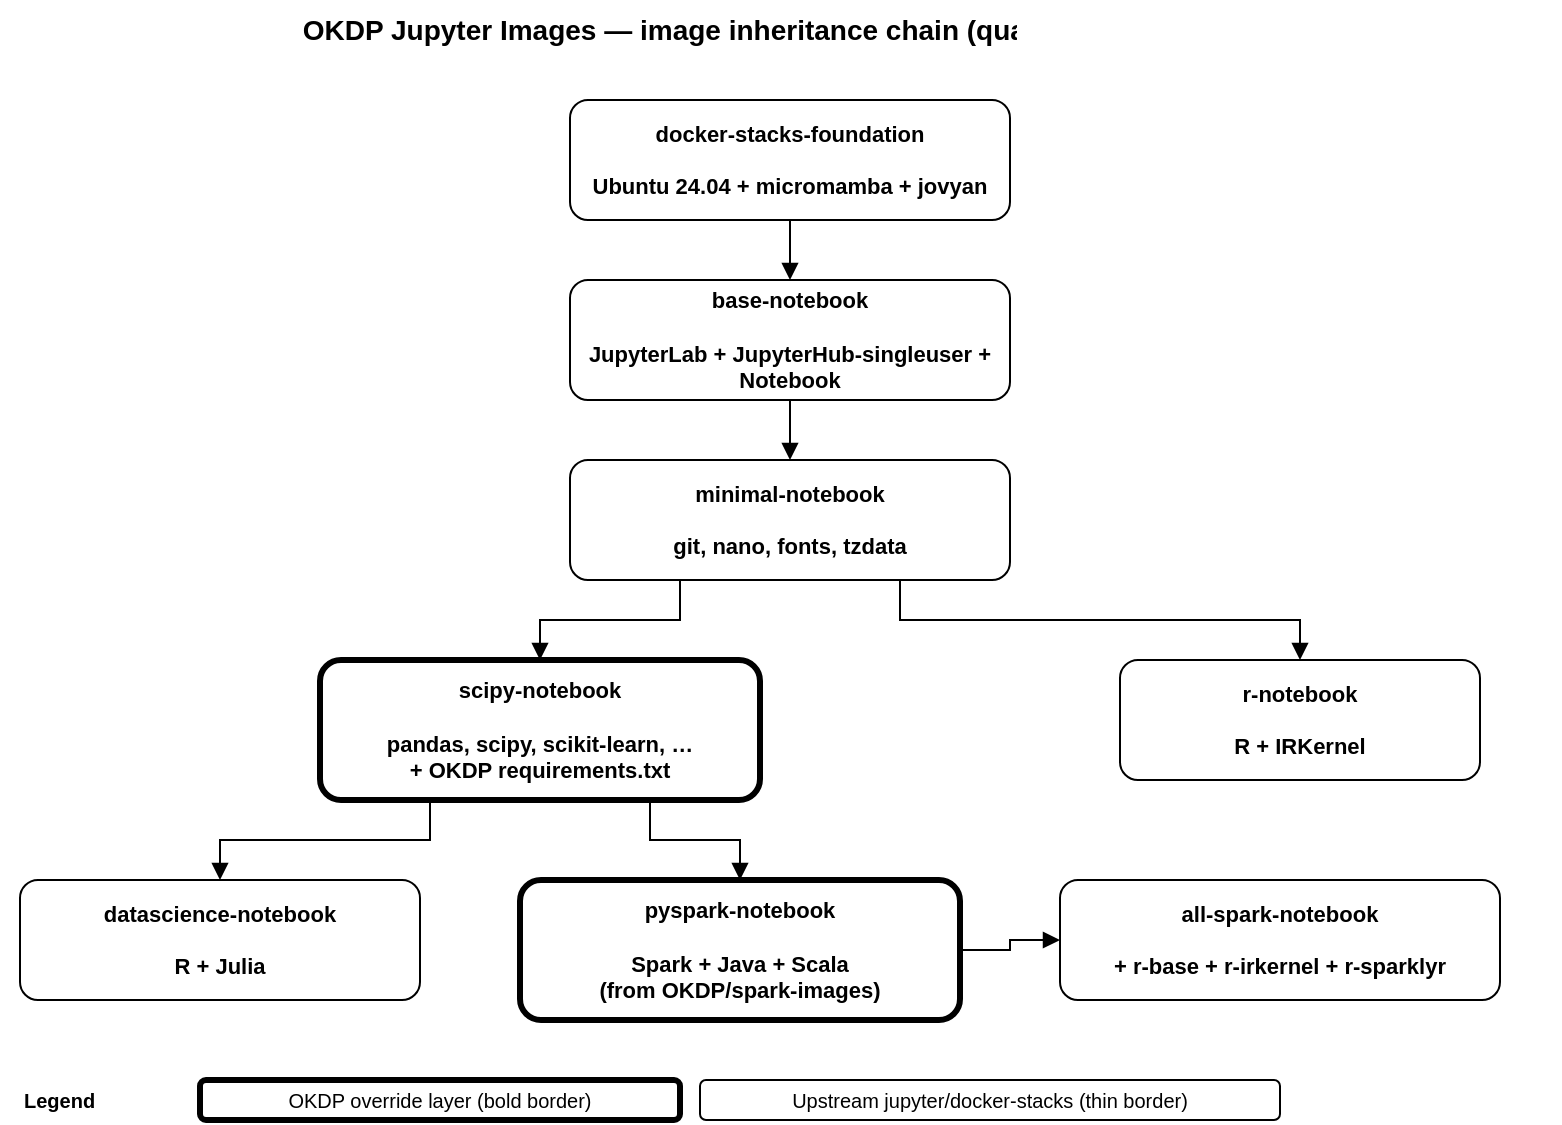
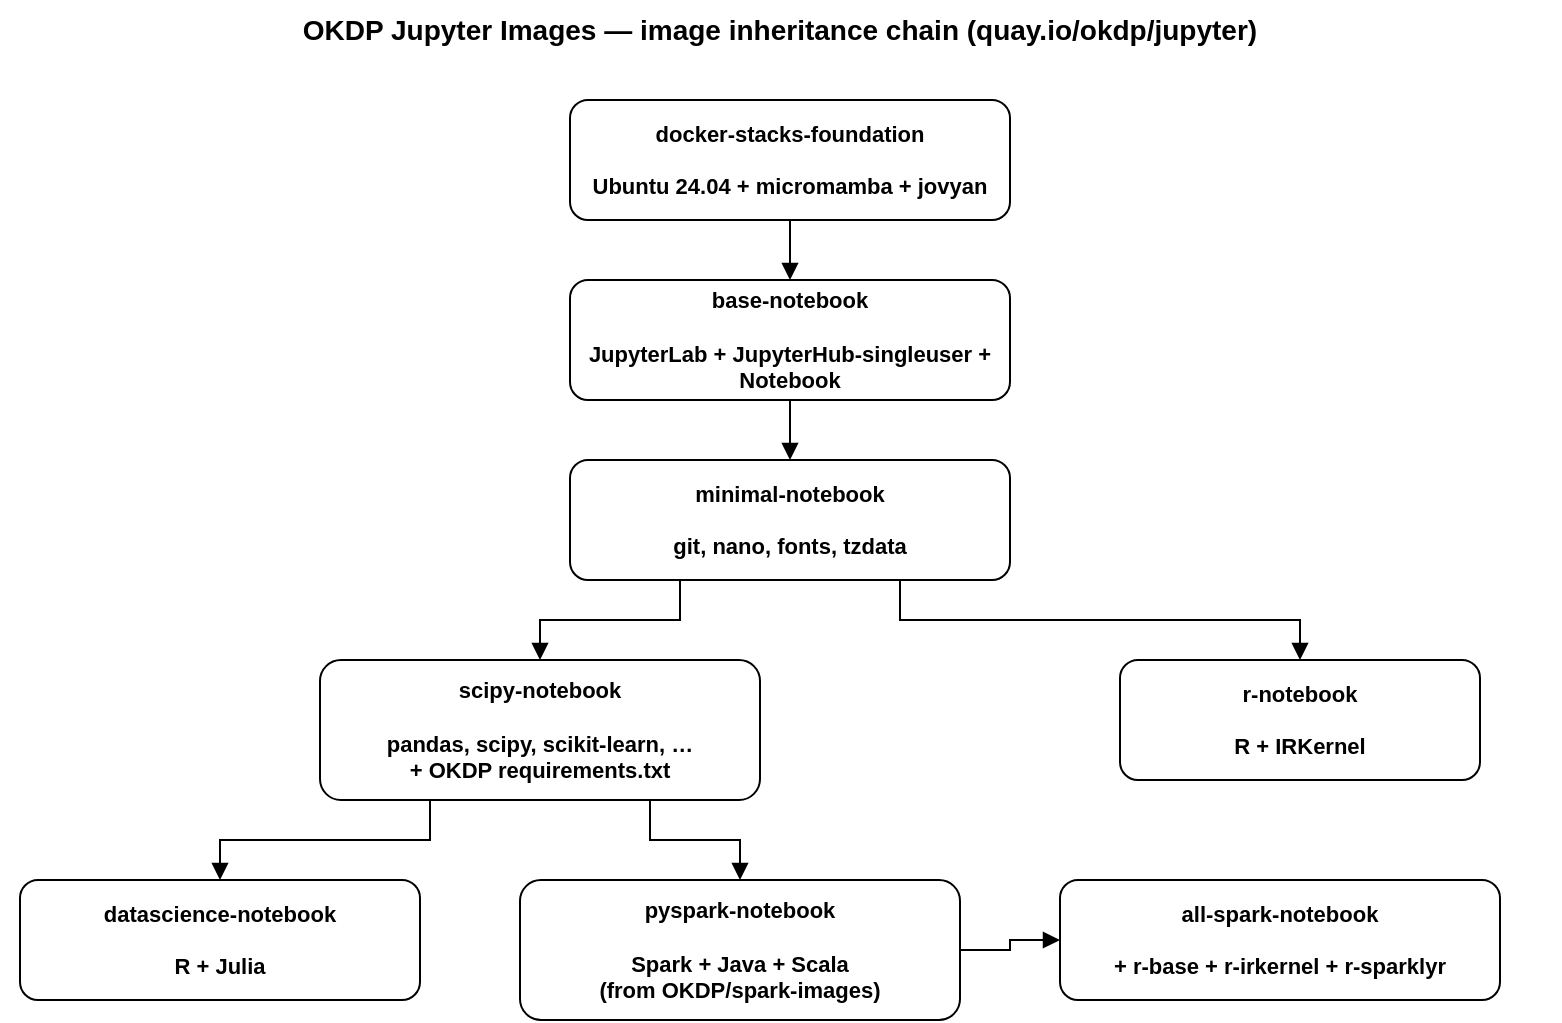
<mxfile host="app.diagrams.net" type="device">
  <diagram id="okdp-jupyterlab-docker-arch" name="OKDP Jupyter Images — inheritance chain">
    <mxGraphModel dx="1400" dy="900" grid="1" gridSize="10" guides="1" tooltips="1" connect="1" arrows="1" fold="1" page="1" pageScale="1" pageWidth="850" pageHeight="600" math="0" shadow="0">
      <root>
        <mxCell id="0" />
        <mxCell id="1" parent="0" />

        <!-- Title -->
        <mxCell id="title" value="OKDP Jupyter Images — image inheritance chain (quay.io/okdp/jupyter)" style="text;html=1;strokeColor=none;fillColor=none;align=center;verticalAlign=middle;whiteSpace=wrap;rounded=0;fontSize=14;fontStyle=1;fontColor=#000000;" vertex="1" parent="1">
          <mxGeometry x="40" y="20" width="780" height="30" as="geometry" />
        </mxCell>

        <!-- Foundation (upstream) -->
        <mxCell id="foundation" value="docker-stacks-foundation&#10;&#10;Ubuntu 24.04 + micromamba + jovyan" style="rounded=1;whiteSpace=wrap;html=1;fillColor=#ffffff;strokeColor=#000000;strokeWidth=1;fontSize=11;fontStyle=1;align=center;fontColor=#000000;" vertex="1" parent="1">
          <mxGeometry x="325" y="70" width="220" height="60" as="geometry" />
        </mxCell>

        <!-- Base (upstream) -->
        <mxCell id="base" value="base-notebook&#10;&#10;JupyterLab + JupyterHub-singleuser + Notebook" style="rounded=1;whiteSpace=wrap;html=1;fillColor=#ffffff;strokeColor=#000000;strokeWidth=1;fontSize=11;fontStyle=1;align=center;fontColor=#000000;" vertex="1" parent="1">
          <mxGeometry x="325" y="160" width="220" height="60" as="geometry" />
        </mxCell>

        <!-- Minimal (upstream) -->
        <mxCell id="minimal" value="minimal-notebook&#10;&#10;git, nano, fonts, tzdata" style="rounded=1;whiteSpace=wrap;html=1;fillColor=#ffffff;strokeColor=#000000;strokeWidth=1;fontSize=11;fontStyle=1;align=center;fontColor=#000000;" vertex="1" parent="1">
          <mxGeometry x="325" y="250" width="220" height="60" as="geometry" />
        </mxCell>

-         <!-- Scipy (OKDP override — bold border) -->
-         <mxCell id="scipy" value="scipy-notebook&#10;&#10;pandas, scipy, scikit-learn, …&#10;+ OKDP requirements.txt" style="rounded=1;whiteSpace=wrap;html=1;fillColor=#ffffff;strokeColor=#000000;strokeWidth=3;fontSize=11;fontStyle=1;align=center;fontColor=#000000;" vertex="1" parent="1">
+         <!-- Scipy -->
+         <mxCell id="scipy" value="scipy-notebook&#10;&#10;pandas, scipy, scikit-learn, …&#10;+ OKDP requirements.txt" style="rounded=1;whiteSpace=wrap;html=1;fillColor=#ffffff;strokeColor=#000000;strokeWidth=1;fontSize=11;fontStyle=1;align=center;fontColor=#000000;" vertex="1" parent="1">
          <mxGeometry x="200" y="350" width="220" height="70" as="geometry" />
        </mxCell>

        <!-- R (upstream) -->
        <mxCell id="r" value="r-notebook&#10;&#10;R + IRKernel" style="rounded=1;whiteSpace=wrap;html=1;fillColor=#ffffff;strokeColor=#000000;strokeWidth=1;fontSize=11;fontStyle=1;align=center;fontColor=#000000;" vertex="1" parent="1">
          <mxGeometry x="600" y="350" width="180" height="60" as="geometry" />
        </mxCell>

        <!-- Datascience (upstream) -->
        <mxCell id="datascience" value="datascience-notebook&#10;&#10;R + Julia" style="rounded=1;whiteSpace=wrap;html=1;fillColor=#ffffff;strokeColor=#000000;strokeWidth=1;fontSize=11;fontStyle=1;align=center;fontColor=#000000;" vertex="1" parent="1">
          <mxGeometry x="50" y="460" width="200" height="60" as="geometry" />
        </mxCell>

-         <!-- Pyspark (OKDP override — bold border) -->
-         <mxCell id="pyspark" value="pyspark-notebook&#10;&#10;Spark + Java + Scala&#10;(from OKDP/spark-images)" style="rounded=1;whiteSpace=wrap;html=1;fillColor=#ffffff;strokeColor=#000000;strokeWidth=3;fontSize=11;fontStyle=1;align=center;fontColor=#000000;" vertex="1" parent="1">
+         <!-- Pyspark -->
+         <mxCell id="pyspark" value="pyspark-notebook&#10;&#10;Spark + Java + Scala&#10;(from OKDP/spark-images)" style="rounded=1;whiteSpace=wrap;html=1;fillColor=#ffffff;strokeColor=#000000;strokeWidth=1;fontSize=11;fontStyle=1;align=center;fontColor=#000000;" vertex="1" parent="1">
          <mxGeometry x="300" y="460" width="220" height="70" as="geometry" />
        </mxCell>

        <!-- All-spark (upstream) -->
        <mxCell id="allspark" value="all-spark-notebook&#10;&#10;+ r-base + r-irkernel + r-sparklyr" style="rounded=1;whiteSpace=wrap;html=1;fillColor=#ffffff;strokeColor=#000000;strokeWidth=1;fontSize=11;fontStyle=1;align=center;fontColor=#000000;" vertex="1" parent="1">
          <mxGeometry x="570" y="460" width="220" height="60" as="geometry" />
        </mxCell>

        <!-- Edges (all black) -->
        <mxCell id="e1" style="edgeStyle=orthogonalEdgeStyle;rounded=0;orthogonalLoop=1;jettySize=auto;html=1;strokeColor=#000000;endArrow=block;" edge="1" parent="1" source="foundation" target="base">
          <mxGeometry relative="1" as="geometry" />
        </mxCell>
        <mxCell id="e2" style="edgeStyle=orthogonalEdgeStyle;rounded=0;orthogonalLoop=1;jettySize=auto;html=1;strokeColor=#000000;endArrow=block;" edge="1" parent="1" source="base" target="minimal">
          <mxGeometry relative="1" as="geometry" />
        </mxCell>
        <mxCell id="e3" style="edgeStyle=orthogonalEdgeStyle;rounded=0;orthogonalLoop=1;jettySize=auto;html=1;strokeColor=#000000;endArrow=block;exitX=0.25;exitY=1;exitDx=0;exitDy=0;entryX=0.5;entryY=0;entryDx=0;entryDy=0;" edge="1" parent="1" source="minimal" target="scipy">
          <mxGeometry relative="1" as="geometry" />
        </mxCell>
        <mxCell id="e4" style="edgeStyle=orthogonalEdgeStyle;rounded=0;orthogonalLoop=1;jettySize=auto;html=1;strokeColor=#000000;endArrow=block;exitX=0.75;exitY=1;exitDx=0;exitDy=0;entryX=0.5;entryY=0;entryDx=0;entryDy=0;" edge="1" parent="1" source="minimal" target="r">
          <mxGeometry relative="1" as="geometry" />
        </mxCell>
        <mxCell id="e5" style="edgeStyle=orthogonalEdgeStyle;rounded=0;orthogonalLoop=1;jettySize=auto;html=1;strokeColor=#000000;endArrow=block;exitX=0.25;exitY=1;exitDx=0;exitDy=0;entryX=0.5;entryY=0;entryDx=0;entryDy=0;" edge="1" parent="1" source="scipy" target="datascience">
          <mxGeometry relative="1" as="geometry" />
        </mxCell>
        <mxCell id="e6" style="edgeStyle=orthogonalEdgeStyle;rounded=0;orthogonalLoop=1;jettySize=auto;html=1;strokeColor=#000000;endArrow=block;exitX=0.75;exitY=1;exitDx=0;exitDy=0;entryX=0.5;entryY=0;entryDx=0;entryDy=0;" edge="1" parent="1" source="scipy" target="pyspark">
          <mxGeometry relative="1" as="geometry" />
        </mxCell>
        <mxCell id="e7" style="edgeStyle=orthogonalEdgeStyle;rounded=0;orthogonalLoop=1;jettySize=auto;html=1;strokeColor=#000000;endArrow=block;" edge="1" parent="1" source="pyspark" target="allspark">
          <mxGeometry relative="1" as="geometry" />
        </mxCell>

-         <!-- Legend -->
-         <mxCell id="legend-title" value="Legend" style="text;html=1;strokeColor=none;fillColor=none;align=left;verticalAlign=middle;whiteSpace=wrap;rounded=0;fontSize=10;fontStyle=1;fontColor=#000000;" vertex="1" parent="1">
-           <mxGeometry x="50" y="560" width="80" height="20" as="geometry" />
-         </mxCell>
-         <mxCell id="legend-okdp" value="OKDP override layer (bold border)" style="rounded=1;whiteSpace=wrap;html=1;fillColor=#ffffff;strokeColor=#000000;strokeWidth=3;fontSize=10;fontColor=#000000;" vertex="1" parent="1">
-           <mxGeometry x="140" y="560" width="240" height="20" as="geometry" />
-         </mxCell>
-         <mxCell id="legend-upstream" value="Upstream jupyter/docker-stacks (thin border)" style="rounded=1;whiteSpace=wrap;html=1;fillColor=#ffffff;strokeColor=#000000;strokeWidth=1;fontSize=10;fontColor=#000000;" vertex="1" parent="1">
-           <mxGeometry x="390" y="560" width="290" height="20" as="geometry" />
-         </mxCell>
      </root>
    </mxGraphModel>
  </diagram>
</mxfile>
